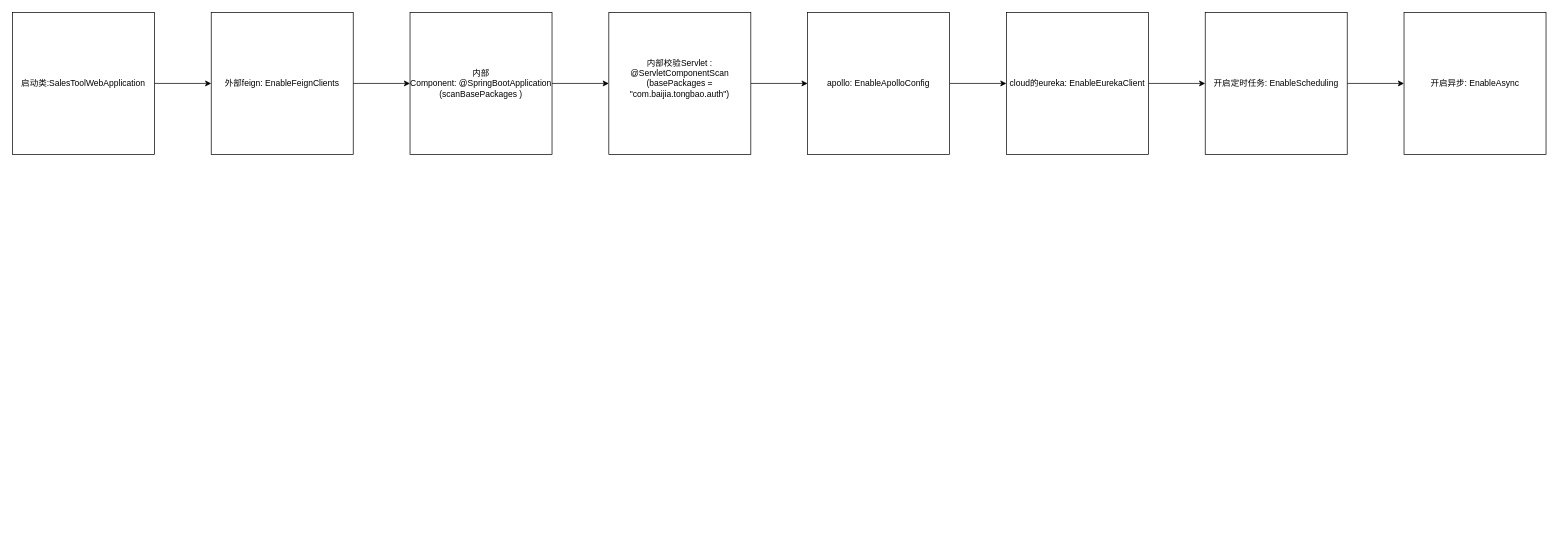
Before: tb_win_server.drawio in 1819011603/-, a draw.io diagram. Source tidied: cells renumbered, new cells numbered last; positions are measured from the earlier drawing's top-left corner, leaving out a move shared by most shapes. Both pictures are drawn from the tidied source at 71%, with x=0, y=0 at pixel (12, 12).
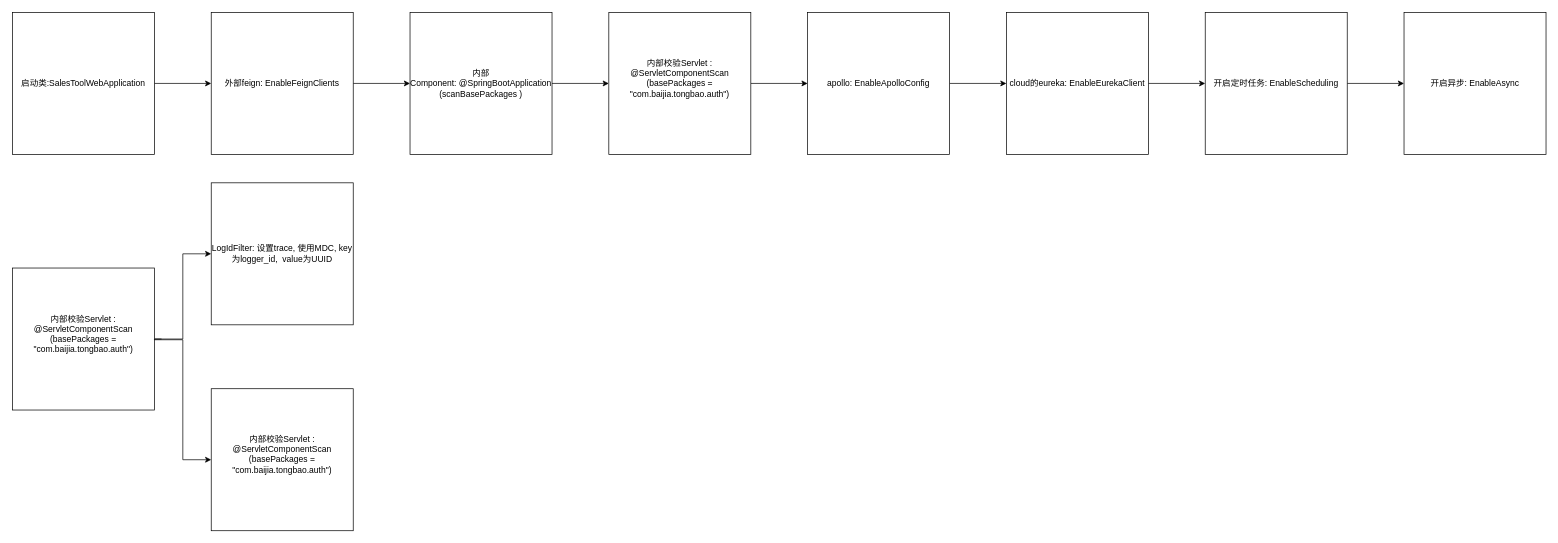
Above is the later version.

The edit, as a diff of the source:
```diff
@@
+    <mxCell id="17" style="edgeStyle=orthogonalEdgeStyle;rounded=0;jettySize=auto;html=1;" parent="1" edge="1" source="18" target="19">
+      <mxGeometry relative="1" as="geometry" />
+    </mxCell>
+    <mxCell id="18" value="内部校验Servlet :&lt;br&gt;&lt;div&gt;@ServletComponentScan&lt;/div&gt;&lt;div&gt;(basePackages = &quot;com.baijia.tongbao.auth&quot;)&lt;/div&gt;&lt;div&gt;&lt;br&gt;&lt;/div&gt;" style="whiteSpace=wrap;html=1;" parent="1" vertex="1">
+      <mxGeometry y="360" width="200" height="200" as="geometry" />
+    </mxCell>
+    <mxCell id="19" value="LogIdFilter: 设置trace, 使用MDC, key为logger_id&lt;span style=&quot;background-color: initial;&quot;&gt;,&amp;nbsp; value为UUID&lt;/span&gt;" style="whiteSpace=wrap;html=1;" parent="1" vertex="1">
+      <mxGeometry x="280" y="240" width="200" height="200" as="geometry" />
+    </mxCell>
+    <mxCell id="20" style="edgeStyle=orthogonalEdgeStyle;rounded=0;jettySize=auto;html=1;entryX=0;entryY=0.5;entryDx=0;entryDy=0;" parent="1" edge="1" target="21">
+      <mxGeometry relative="1" as="geometry">
+        <mxPoint x="210" y="460" as="sourcePoint" />
+        <Array as="points">
+          <mxPoint x="200" y="460" />
+          <mxPoint x="200" y="461" />
+          <mxPoint x="240" y="461" />
+          <mxPoint x="240" y="630" />
+        </Array>
+      </mxGeometry>
+    </mxCell>
+    <mxCell id="21" value="内部校验Servlet :&lt;br&gt;&lt;div&gt;@ServletComponentScan&lt;/div&gt;&lt;div&gt;(basePackages = &quot;com.baijia.tongbao.auth&quot;)&lt;/div&gt;&lt;div&gt;&lt;br&gt;&lt;/div&gt;" style="whiteSpace=wrap;html=1;" parent="1" vertex="1">
+      <mxGeometry x="280" y="530" width="200" height="200" as="geometry" />
+    </mxCell>
```
